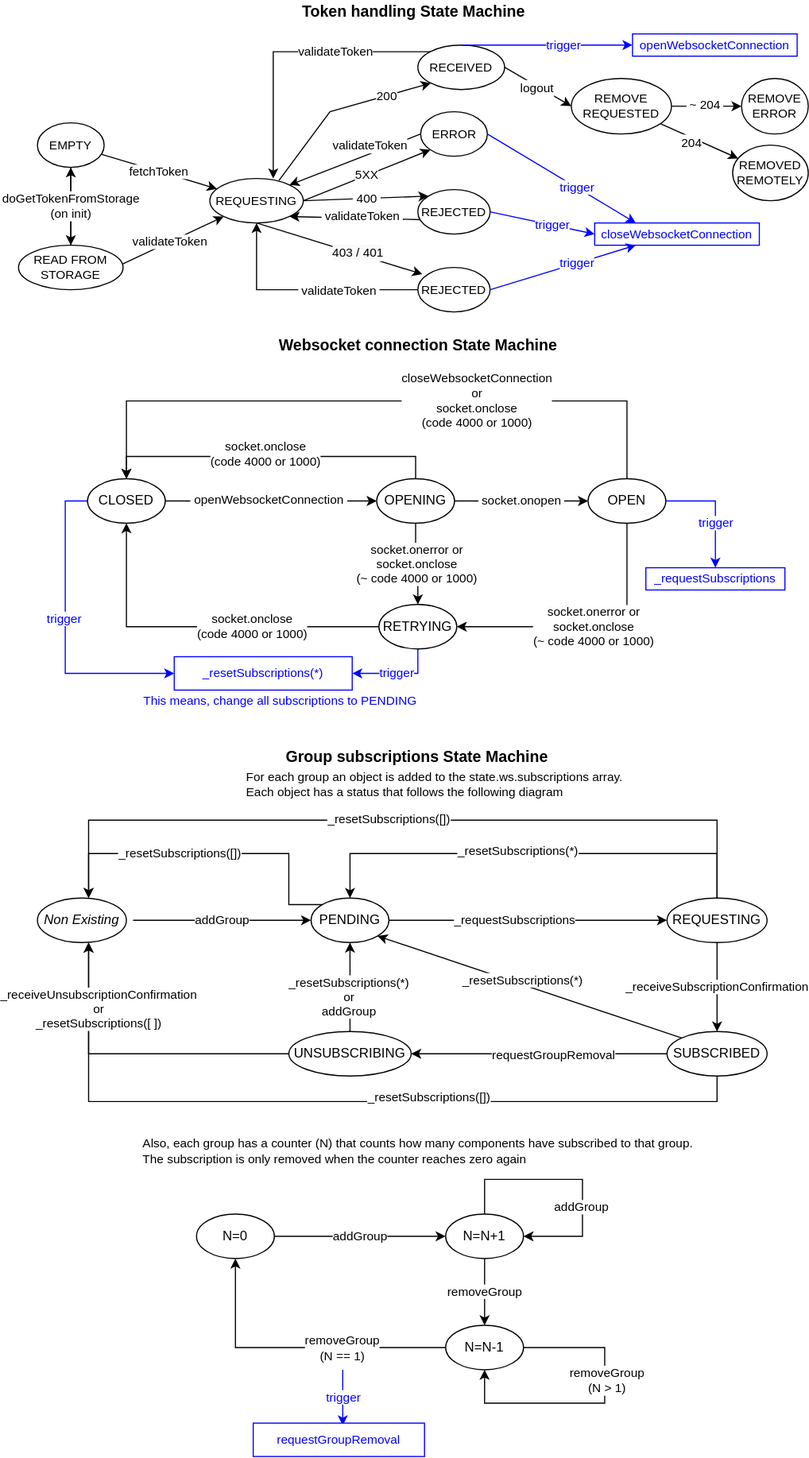
Earlier version of the draw.io export love/docsrc/assets/redux-ws-connection.svg (lsst-ts/LOVE-frontend). Source tidied: cells renumbered, new cells last; positions are measured from the earlier drawing's top-left corner, leaving out a move shared by most shapes.
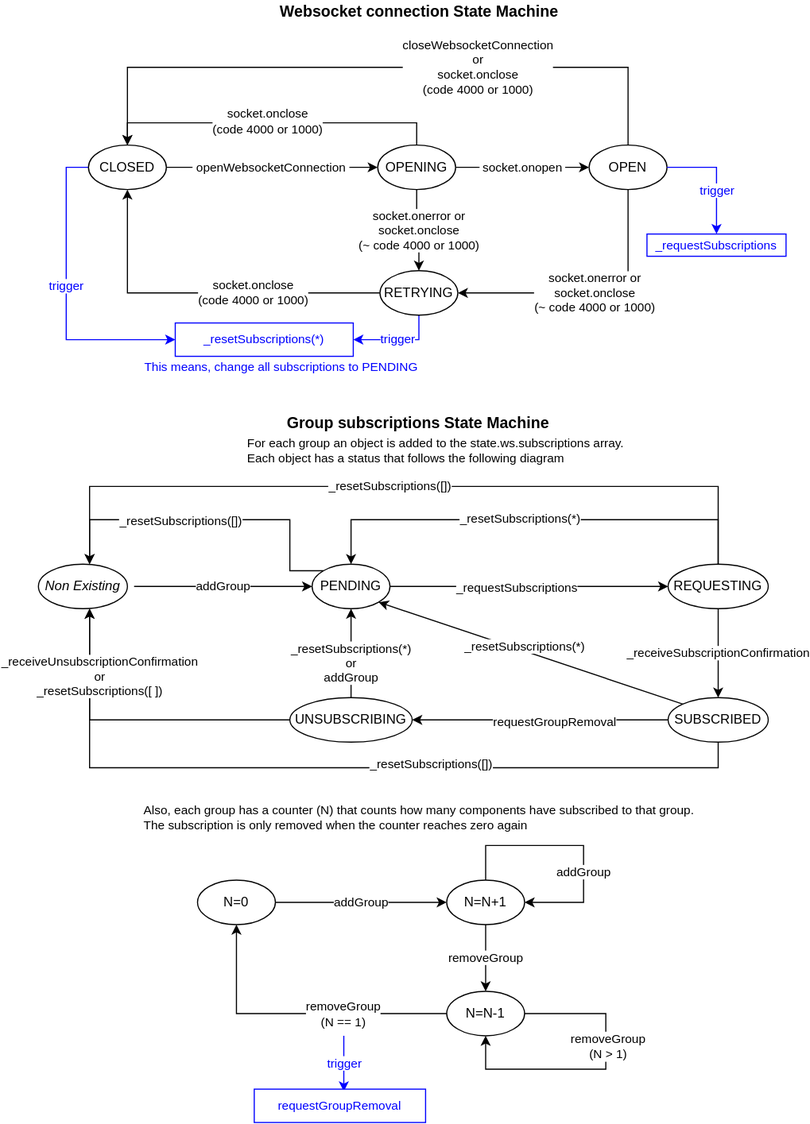
The same diagram one commit later.

Commit message:
Add token swap diagram to documentation

Diff of the diagram source:
```diff
@@ -190,145 +190,6 @@
     <mxCell id="49" value="This means, change all subscriptions to PENDING" style="text;html=1;align=center;verticalAlign=middle;fontSize=11;fontColor=#0000FF;" parent="1" vertex="1">
       <mxGeometry x="105" y="620" width="260" height="20" as="geometry" />
     </mxCell>
-    <mxCell id="50" value="&lt;font style=&quot;font-size: 14px&quot;&gt;Token handling State Machine&lt;/font&gt;" style="text;html=1;align=center;verticalAlign=middle;fontSize=11;fontStyle=1;" parent="1" vertex="1">
-      <mxGeometry x="245" width="220" height="20" as="geometry" />
-    </mxCell>
-    <mxCell id="51" value="&lt;font color=&quot;#000000&quot;&gt;fetchToken&lt;/font&gt;" style="rounded=0;jettySize=auto;html=1;strokeColor=#000000;fontSize=11;fontColor=#0000FF;" parent="1" edge="1" source="52" target="61">
-      <mxGeometry relative="1" as="geometry" />
-    </mxCell>
-    <mxCell id="52" value="&lt;font color=&quot;#000000&quot;&gt;EMPTY&lt;/font&gt;" style="ellipse;whiteSpace=wrap;html=1;strokeColor=#000000;fontSize=11;fontColor=#0000FF;" parent="1" vertex="1">
-      <mxGeometry x="17" y="110" width="60" height="40" as="geometry" />
-    </mxCell>
-    <mxCell id="53" value="validateToken" style="rounded=0;jettySize=auto;html=1;entryX=0;entryY=1;entryDx=0;entryDy=0;" parent="1" edge="1" target="61">
-      <mxGeometry relative="1" as="geometry">
-        <mxPoint x="87" y="240" as="sourcePoint" />
-      </mxGeometry>
-    </mxCell>
-    <mxCell id="54" style="edgeStyle=none;rounded=0;jettySize=auto;html=1;" parent="1" edge="1" source="55" target="52">
-      <mxGeometry relative="1" as="geometry" />
-    </mxCell>
-    <mxCell id="55" value="&lt;font color=&quot;#000000&quot;&gt;READ FROM STORAGE&lt;/font&gt;" style="ellipse;whiteSpace=wrap;html=1;strokeColor=#000000;fontSize=11;fontColor=#0000FF;" parent="1" vertex="1">
-      <mxGeometry y="220" width="94" height="40" as="geometry" />
-    </mxCell>
-    <mxCell id="56" value="200" style="rounded=0;jettySize=auto;html=1;entryX=0;entryY=1;entryDx=0;entryDy=0;elbow=vertical;exitX=0.738;exitY=0.05;exitDx=0;exitDy=0;exitPerimeter=0;" parent="1" edge="1" source="61" target="66">
-      <mxGeometry x="0.52" relative="1" as="geometry">
-        <Array as="points">
-          <mxPoint x="280" y="100" />
-        </Array>
-      </mxGeometry>
-    </mxCell>
-    <mxCell id="57" value="5XX" style="rounded=0;jettySize=auto;html=1;exitX=1;exitY=0.5;exitDx=0;exitDy=0;entryX=0;entryY=1;entryDx=0;entryDy=0;" parent="1" edge="1" source="61" target="69">
-      <mxGeometry relative="1" as="geometry" />
-    </mxCell>
-    <mxCell id="58" value="&amp;nbsp;400&amp;nbsp;" style="rounded=0;jettySize=auto;html=1;exitX=1;exitY=0.5;exitDx=0;exitDy=0;entryX=0;entryY=0;entryDx=0;entryDy=0;" parent="1" edge="1" source="61" target="73">
-      <mxGeometry relative="1" as="geometry" />
-    </mxCell>
-    <mxCell id="59" style="edgeStyle=none;rounded=0;jettySize=auto;html=1;exitX=0.5;exitY=1;exitDx=0;exitDy=0;entryX=0.062;entryY=0.15;entryDx=0;entryDy=0;entryPerimeter=0;" parent="1" edge="1" source="61" target="81">
-      <mxGeometry relative="1" as="geometry" />
-    </mxCell>
-    <mxCell id="60" value="&lt;span style=&quot;background-color: rgb(248 , 249 , 250)&quot;&gt;&lt;font style=&quot;font-size: 11px&quot;&gt;403 / 401&lt;/font&gt;&lt;/span&gt;" style="text;html=1;align=center;verticalAlign=middle;labelBackgroundColor=#ffffff;" parent="59" vertex="1">
-      <mxGeometry x="0.21" y="1" relative="1" as="geometry" />
-    </mxCell>
-    <mxCell id="61" value="&lt;font color=&quot;#000000&quot;&gt;REQUESTING&lt;/font&gt;" style="ellipse;whiteSpace=wrap;html=1;strokeColor=#000000;fontSize=11;fontColor=#0000FF;" parent="1" vertex="1">
-      <mxGeometry x="172" y="160" width="84" height="40" as="geometry" />
-    </mxCell>
-    <mxCell id="62" style="edgeStyle=elbowEdgeStyle;rounded=0;jettySize=auto;elbow=vertical;html=1;exitX=0;exitY=0;exitDx=0;exitDy=0;" parent="1" edge="1" source="66">
-      <mxGeometry relative="1" as="geometry">
-        <mxPoint x="229" y="160" as="targetPoint" />
-        <Array as="points">
-          <mxPoint x="300" y="46" />
-        </Array>
-      </mxGeometry>
-    </mxCell>
-    <mxCell id="63" value="&lt;font style=&quot;font-size: 11px&quot;&gt;validateToken&lt;/font&gt;" style="text;html=1;align=center;verticalAlign=middle;labelBackgroundColor=#ffffff;" parent="62" vertex="1">
-      <mxGeometry x="-0.14" y="-3" relative="1" as="geometry">
-        <mxPoint x="24" y="3" as="offset" />
-      </mxGeometry>
-    </mxCell>
-    <mxCell id="64" style="rounded=0;jettySize=auto;html=1;exitX=1;exitY=0.5;exitDx=0;exitDy=0;entryX=0;entryY=0.5;entryDx=0;entryDy=0;" parent="1" edge="1" source="66" target="78">
-      <mxGeometry relative="1" as="geometry" />
-    </mxCell>
-    <mxCell id="65" value="&lt;font style=&quot;font-size: 11px&quot;&gt;logout&lt;/font&gt;" style="text;html=1;align=center;verticalAlign=middle;labelBackgroundColor=#ffffff;" parent="64" vertex="1">
-      <mxGeometry x="-0.02" y="-2" relative="1" as="geometry" />
-    </mxCell>
-    <mxCell id="66" value="&lt;font color=&quot;#000000&quot;&gt;RECEIVED&lt;/font&gt;" style="ellipse;whiteSpace=wrap;html=1;strokeColor=#000000;fontSize=11;fontColor=#0000FF;" parent="1" vertex="1">
-      <mxGeometry x="359" y="40" width="78" height="40" as="geometry" />
-    </mxCell>
-    <mxCell id="67" style="rounded=0;jettySize=auto;html=1;exitX=0;exitY=0.5;exitDx=0;exitDy=0;entryX=1;entryY=0;entryDx=0;entryDy=0;" parent="1" edge="1" source="69" target="61">
-      <mxGeometry relative="1" as="geometry" />
-    </mxCell>
-    <mxCell id="68" value="&lt;font style=&quot;font-size: 11px&quot;&gt;validateToken&lt;/font&gt;" style="text;html=1;align=center;verticalAlign=middle;labelBackgroundColor=#ffffff;" parent="67" vertex="1">
-      <mxGeometry x="-0.19" relative="1" as="geometry">
-        <mxPoint x="1.7" y="-8.6" as="offset" />
-      </mxGeometry>
-    </mxCell>
-    <mxCell id="69" value="&lt;font color=&quot;#000000&quot;&gt;ERROR&lt;/font&gt;" style="ellipse;whiteSpace=wrap;html=1;strokeColor=#000000;fontSize=11;fontColor=#0000FF;" parent="1" vertex="1">
-      <mxGeometry x="361.5" y="100" width="60" height="40" as="geometry" />
-    </mxCell>
-    <mxCell id="70" value="&lt;font color=&quot;#000000&quot;&gt;doGetTokenFromStorage&lt;br&gt;(on init)&lt;br&gt;&lt;/font&gt;" style="endArrow=classic;html=1;strokeColor=#000000;fontSize=11;fontColor=#0000FF;exitX=0.5;exitY=1;exitDx=0;exitDy=0;entryX=0.5;entryY=0;entryDx=0;entryDy=0;" parent="1" edge="1" source="52">
-      <mxGeometry relative="1" as="geometry">
-        <mxPoint x="47" y="220" as="targetPoint" />
-      </mxGeometry>
-    </mxCell>
-    <mxCell id="71" style="edgeStyle=none;rounded=0;jettySize=auto;html=1;exitX=0.046;exitY=0.675;exitDx=0;exitDy=0;entryX=1;entryY=1;entryDx=0;entryDy=0;exitPerimeter=0;" parent="1" edge="1" source="73" target="61">
-      <mxGeometry relative="1" as="geometry" />
-    </mxCell>
-    <mxCell id="72" value="&lt;font style=&quot;font-size: 11px&quot;&gt;&amp;nbsp;validateToken&amp;nbsp;&lt;/font&gt;" style="text;html=1;align=center;verticalAlign=middle;labelBackgroundColor=#ffffff;" parent="71" vertex="1">
-      <mxGeometry x="-0.27" y="-3" relative="1" as="geometry">
-        <mxPoint x="-10.6" y="0.7" as="offset" />
-      </mxGeometry>
-    </mxCell>
-    <mxCell id="73" value="&lt;font color=&quot;#000000&quot;&gt;REJECTED&lt;/font&gt;" style="ellipse;whiteSpace=wrap;html=1;strokeColor=#000000;fontSize=11;fontColor=#0000FF;" parent="1" vertex="1">
-      <mxGeometry x="359" y="170" width="65" height="40" as="geometry" />
-    </mxCell>
-    <mxCell id="74" style="rounded=0;jettySize=auto;html=1;" parent="1" edge="1" source="78" target="83">
-      <mxGeometry relative="1" as="geometry" />
-    </mxCell>
-    <mxCell id="75" value="&lt;font style=&quot;font-size: 11px&quot;&gt;204&lt;/font&gt;" style="text;html=1;align=center;verticalAlign=middle;labelBackgroundColor=#ffffff;" parent="74" vertex="1">
-      <mxGeometry x="-0.15" y="-4" relative="1" as="geometry" />
-    </mxCell>
-    <mxCell id="76" style="edgeStyle=none;rounded=0;jettySize=auto;html=1;exitX=1;exitY=0.5;exitDx=0;exitDy=0;entryX=0;entryY=0.5;entryDx=0;entryDy=0;" parent="1" edge="1" source="78" target="82">
-      <mxGeometry relative="1" as="geometry" />
-    </mxCell>
-    <mxCell id="77" value="&lt;font style=&quot;font-size: 11px&quot;&gt;&amp;nbsp;~ 204&amp;nbsp;&lt;/font&gt;" style="text;html=1;align=center;verticalAlign=middle;labelBackgroundColor=#ffffff;" parent="76" vertex="1">
-      <mxGeometry x="-0.05" y="1" relative="1" as="geometry" />
-    </mxCell>
-    <mxCell id="78" value="&lt;font color=&quot;#000000&quot;&gt;REMOVE REQUESTED&lt;/font&gt;" style="ellipse;whiteSpace=wrap;html=1;strokeColor=#000000;fontSize=11;fontColor=#0000FF;" parent="1" vertex="1">
-      <mxGeometry x="497" y="70" width="90" height="50" as="geometry" />
-    </mxCell>
-    <mxCell id="79" style="edgeStyle=orthogonalEdgeStyle;rounded=0;jettySize=auto;html=1;exitX=0;exitY=0.5;exitDx=0;exitDy=0;entryX=0.5;entryY=1;entryDx=0;entryDy=0;" parent="1" edge="1" source="81" target="61">
-      <mxGeometry relative="1" as="geometry" />
-    </mxCell>
-    <mxCell id="80" value="&lt;font style=&quot;font-size: 11px&quot;&gt;&amp;nbsp;validateToken&amp;nbsp;&lt;/font&gt;" style="text;html=1;align=center;verticalAlign=middle;labelBackgroundColor=#ffffff;" parent="79" vertex="1">
-      <mxGeometry x="-0.3" y="1" relative="1" as="geometry" />
-    </mxCell>
-    <mxCell id="81" value="&lt;font color=&quot;#000000&quot;&gt;REJECTED&lt;/font&gt;" style="ellipse;whiteSpace=wrap;html=1;strokeColor=#000000;fontSize=11;fontColor=#0000FF;" parent="1" vertex="1">
-      <mxGeometry x="359" y="240" width="65" height="40" as="geometry" />
-    </mxCell>
-    <mxCell id="82" value="&lt;font color=&quot;#000000&quot;&gt;REMOVE ERROR&lt;/font&gt;" style="ellipse;whiteSpace=wrap;html=1;strokeColor=#000000;fontSize=11;fontColor=#0000FF;" parent="1" vertex="1">
-      <mxGeometry x="650" y="70" width="60" height="50" as="geometry" />
-    </mxCell>
-    <mxCell id="83" value="&lt;font color=&quot;#000000&quot;&gt;REMOVED REMOTELY&lt;/font&gt;" style="ellipse;whiteSpace=wrap;html=1;strokeColor=#000000;fontSize=11;fontColor=#0000FF;" parent="1" vertex="1">
-      <mxGeometry x="642" y="130" width="68" height="50" as="geometry" />
-    </mxCell>
-    <mxCell id="84" value="&lt;font color=&quot;#0000ff&quot;&gt;trigger&lt;/font&gt;" style="rounded=0;jettySize=auto;html=1;exitX=0.5;exitY=0;exitDx=0;exitDy=0;fontSize=11;strokeColor=#0000FF;" parent="1" edge="1" source="66" target="85">
-      <mxGeometry x="0.19" relative="1" as="geometry" />
-    </mxCell>
-    <mxCell id="85" value="&lt;span style=&quot;white-space: nowrap ; background-color: rgb(255 , 255 , 255)&quot;&gt;&lt;font color=&quot;#0000ff&quot;&gt;openWebsocketConnection&lt;/font&gt;&lt;/span&gt;" style="rounded=0;whiteSpace=wrap;html=1;fontSize=11;strokeColor=#0000FF;" parent="1" vertex="1">
-      <mxGeometry x="552" y="30" width="148" height="20" as="geometry" />
-    </mxCell>
-    <mxCell id="86" value="&lt;font color=&quot;#0000ff&quot;&gt;trigger&lt;/font&gt;" style="rounded=0;jettySize=auto;html=1;fontSize=11;strokeColor=#0000FF;entryX=0;entryY=0.5;entryDx=0;entryDy=0;exitX=1;exitY=0.5;exitDx=0;exitDy=0;" parent="1" edge="1" source="73" target="87">
-      <mxGeometry x="0.19" relative="1" as="geometry" />
-    </mxCell>
-    <mxCell id="87" value="&lt;span style=&quot;white-space: nowrap ; background-color: rgb(255 , 255 , 255)&quot;&gt;&lt;font color=&quot;#0000ff&quot;&gt;closeWebsocketConnection&lt;/font&gt;&lt;/span&gt;" style="rounded=0;whiteSpace=wrap;html=1;fontSize=11;strokeColor=#0000FF;" parent="1" vertex="1">
-      <mxGeometry x="518" y="200" width="148" height="20" as="geometry" />
-    </mxCell>
-    <mxCell id="88" value="&lt;font color=&quot;#0000ff&quot;&gt;trigger&lt;/font&gt;" style="rounded=0;jettySize=auto;html=1;fontSize=11;strokeColor=#0000FF;entryX=0.25;entryY=0;entryDx=0;entryDy=0;exitX=1;exitY=0.5;exitDx=0;exitDy=0;" parent="1" edge="1" source="69" target="87">
-      <mxGeometry x="0.19" relative="1" as="geometry" />
-    </mxCell>
-    <mxCell id="89" value="&lt;font color=&quot;#0000ff&quot;&gt;trigger&lt;/font&gt;" style="rounded=0;jettySize=auto;html=1;fontSize=11;strokeColor=#0000FF;entryX=0.25;entryY=1;entryDx=0;entryDy=0;exitX=1;exitY=0.5;exitDx=0;exitDy=0;" parent="1" edge="1" source="81" target="87">
-      <mxGeometry x="0.19" relative="1" as="geometry" />
-    </mxCell>
     <mxCell id="90" value="N=0" style="ellipse;whiteSpace=wrap;html=1;" parent="1" vertex="1">
       <mxGeometry x="160" y="1091.2" width="70" height="40" as="geometry" />
     </mxCell>
```
